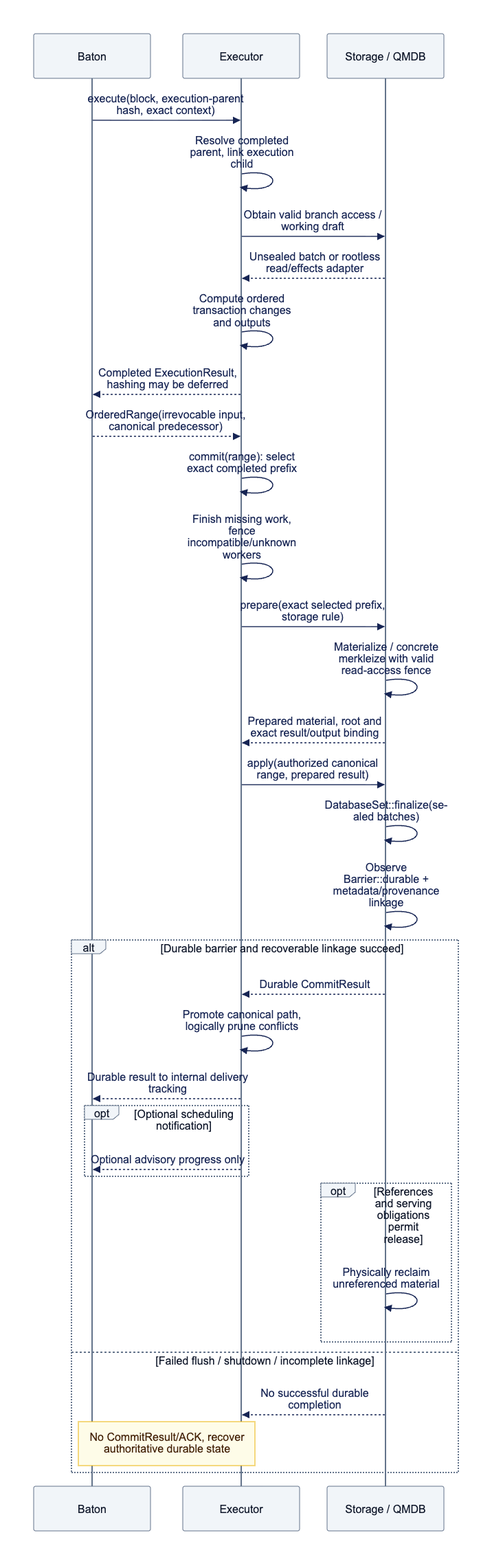
Before: docs/assets/diagrams/diagram-09.png, a diagram exported from Mermaid (djm07073/baton-research). Its source is kept beside it as docs/assets/diagrams/diagram-09.mmd.
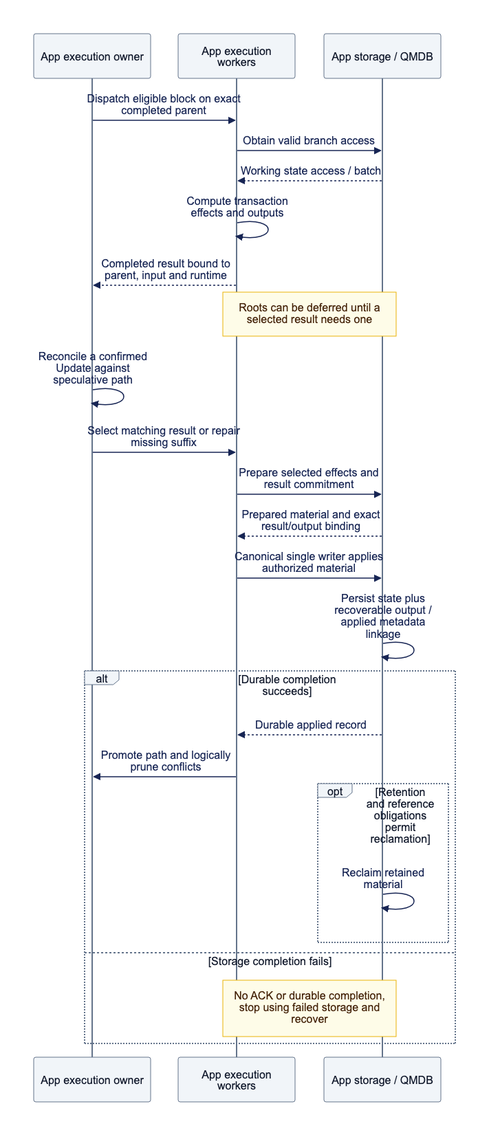
The same file after the commit.

Diff of the diagram source:
```diff
@@ -1,33 +1,25 @@
 sequenceDiagram
-    participant B as Baton
-    participant E as Executor
-    participant S as Storage / QMDB
-    B->>E: execute(block, execution-parent hash, exact context)
-    E->>E: Resolve completed parent, link execution child
-    E->>S: Obtain valid branch access / working draft
-    S-->>E: Unsealed batch or rootless read/effects adapter
-    E->>E: Compute ordered transaction changes and outputs
-    E-->>B: Completed ExecutionResult, hashing may be deferred
-    B-->>E: OrderedRange(irrevocable input, canonical predecessor)
-    E->>E: commit(range): select exact completed prefix
-    E->>E: Finish missing work, fence incompatible/unknown workers
-    E->>S: prepare(exact selected prefix, storage rule)
-    S->>S: Materialize / concrete merkleize with valid read-access fence
-    S-->>E: Prepared material, root and exact result/output binding
-    E->>S: apply(authorized canonical range, prepared result)
-    S->>S: DatabaseSet::finalize(sealed batches)
-    S->>S: Observe Barrier::durable + metadata/provenance linkage
-    alt Durable barrier and recoverable linkage succeed
-        S-->>E: Durable CommitResult
-        E->>E: Promote canonical path, logically prune conflicts
-        E-->>B: Durable result to internal delivery tracking
-        opt Optional scheduling notification
-            E-->>B: Optional advisory progress only
+    participant Q as App execution owner
+    participant W as App execution workers
+    participant S as App storage / QMDB
+    Q->>W: Dispatch eligible block on exact completed parent
+    W->>S: Obtain valid branch access
+    S-->>W: Working state access / batch
+    W->>W: Compute transaction effects and outputs
+    W-->>Q: Completed result bound to parent, input and runtime
+    Note over W,S: Roots can be deferred until a selected result needs one
+    Q->>Q: Reconcile a confirmed Update against speculative path
+    Q->>W: Select matching result or repair missing suffix
+    W->>S: Prepare selected effects and result commitment
+    S-->>W: Prepared material and exact result/output binding
+    W->>S: Canonical single writer applies authorized material
+    S->>S: Persist state plus recoverable output / applied metadata linkage
+    alt Durable completion succeeds
+        S-->>W: Durable applied record
+        W->>Q: Promote path and logically prune conflicts
+        opt Retention and reference obligations permit reclamation
+            S->>S: Reclaim retained material
         end
-        opt References and serving obligations permit release
-            S->>S: Physically reclaim unreferenced material
-        end
-    else Failed flush / shutdown / incomplete linkage
-        S-->>E: No successful durable completion
-        Note over B,E: No CommitResult/ACK, recover authoritative durable state
+    else Storage completion fails
+        Note over W,S: No ACK or durable completion, stop using failed storage and recover
     end
```
